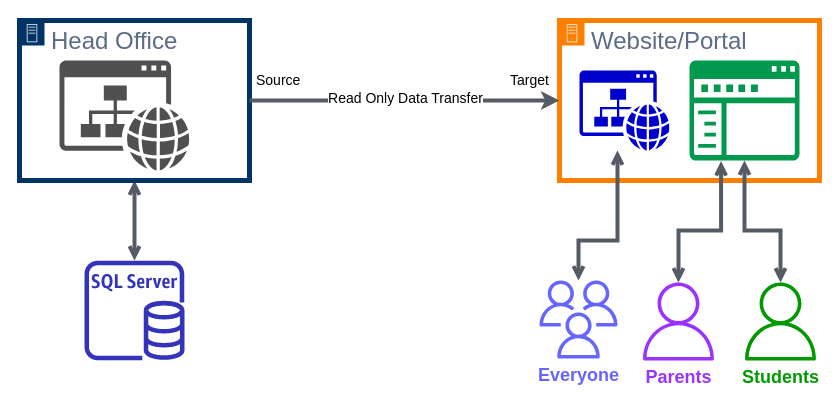
This is CustomerPortal.drawio from mumairasim/EMSDocuments, a draw.io file, before an edit. Source tidied: cells renumbered, new cells numbered last; positions are measured from the earlier drawing's top-left corner, leaving out a move shared by most shapes. Both pictures are drawn from the tidied source at 100%, with x=0, y=0 at pixel (19, 20).
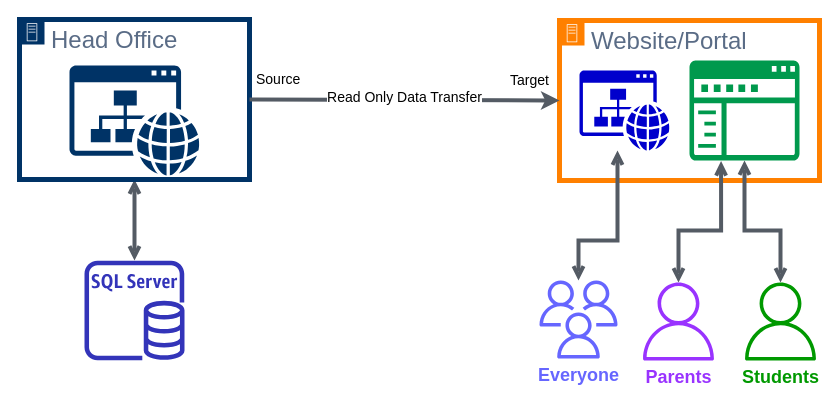
Above is the later version.

Diff of the diagram source:
```diff
@@
-    <mxCell id="8" style="shadow=0;dashed=0;html=1;strokeColor=none;fillColor=#505050;labelPosition=center;verticalLabelPosition=bottom;verticalAlign=top;align=center;shape=mxgraph.office.concepts.website;sketch=0;" parent="1" vertex="1">
-      <mxGeometry x="40" y="40" width="130" height="110" as="geometry" />
+    <mxCell id="8" style="shadow=0;dashed=0;html=1;strokeColor=none;labelPosition=center;verticalLabelPosition=bottom;verticalAlign=top;align=center;shape=mxgraph.office.concepts.website;sketch=0;fillColor=#003366;" parent="1" vertex="1">
+      <mxGeometry x="50" y="45" width="130" height="110" as="geometry" />
     </mxCell>
     <mxCell id="9" value="&lt;span style=&quot;font-size: 24px&quot;&gt;Head Office&lt;/span&gt;" style="points=[[0,0],[0.25,0],[0.5,0],[0.75,0],[1,0],[1,0.25],[1,0.5],[1,0.75],[1,1],[0.75,1],[0.5,1],[0.25,1],[0,1],[0,0.75],[0,0.5],[0,0.25]];outlineConnect=0;gradientColor=none;html=1;whiteSpace=wrap;fontSize=12;fontStyle=0;shape=mxgraph.aws4.group;grIcon=mxgraph.aws4.group_on_premise;fillColor=none;verticalAlign=top;align=left;spacingLeft=30;fontColor=#5A6C86;dashed=0;strokeWidth=5;strokeColor=#003366;" parent="1" vertex="1">
-      <mxGeometry width="230" height="160" as="geometry" />
+      <mxGeometry y="-1" width="230" height="160" as="geometry" />
     </mxCell>
```
